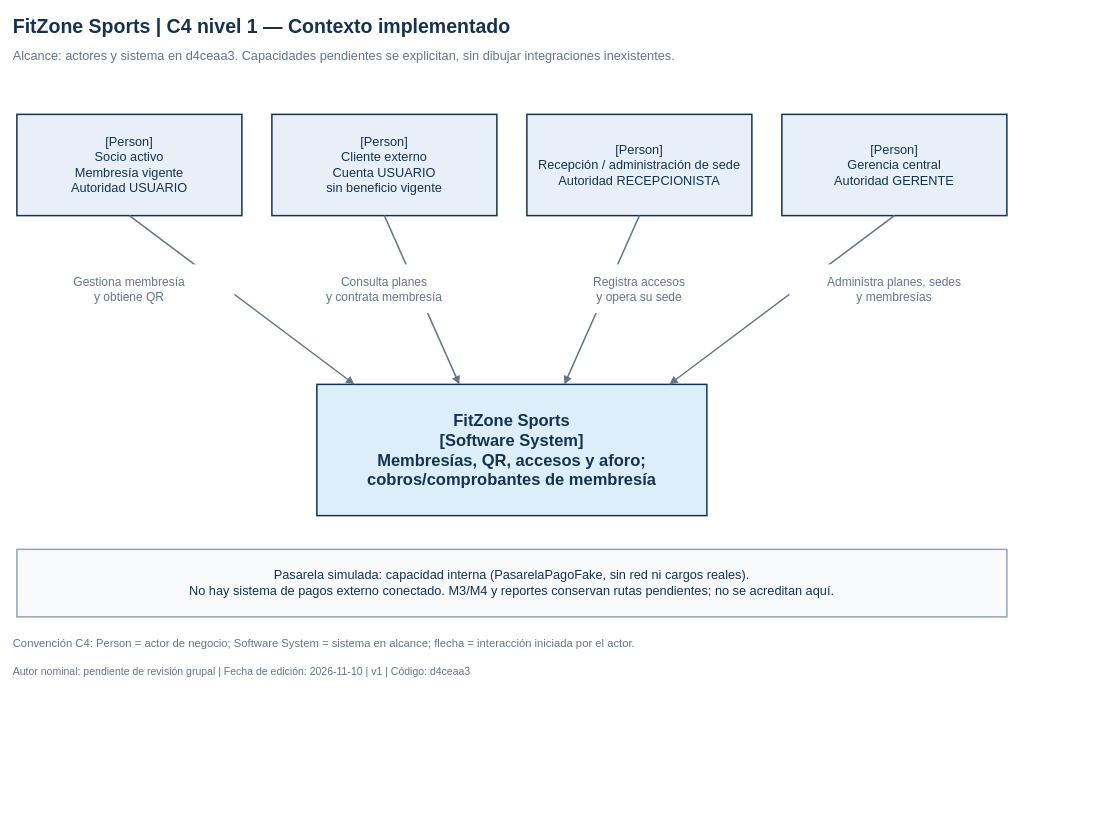
Before: docs/diagramas/c4-01-contexto.drawio in magacastell/FitZone_Sports, a draw.io diagram. Source tidied: cells renumbered, new cells numbered last; positions are measured from the earlier drawing's top-left corner, leaving out a move shared by most shapes. Both pictures are drawn from the tidied source at 75%, with x=0, y=0 at pixel (13, 13).
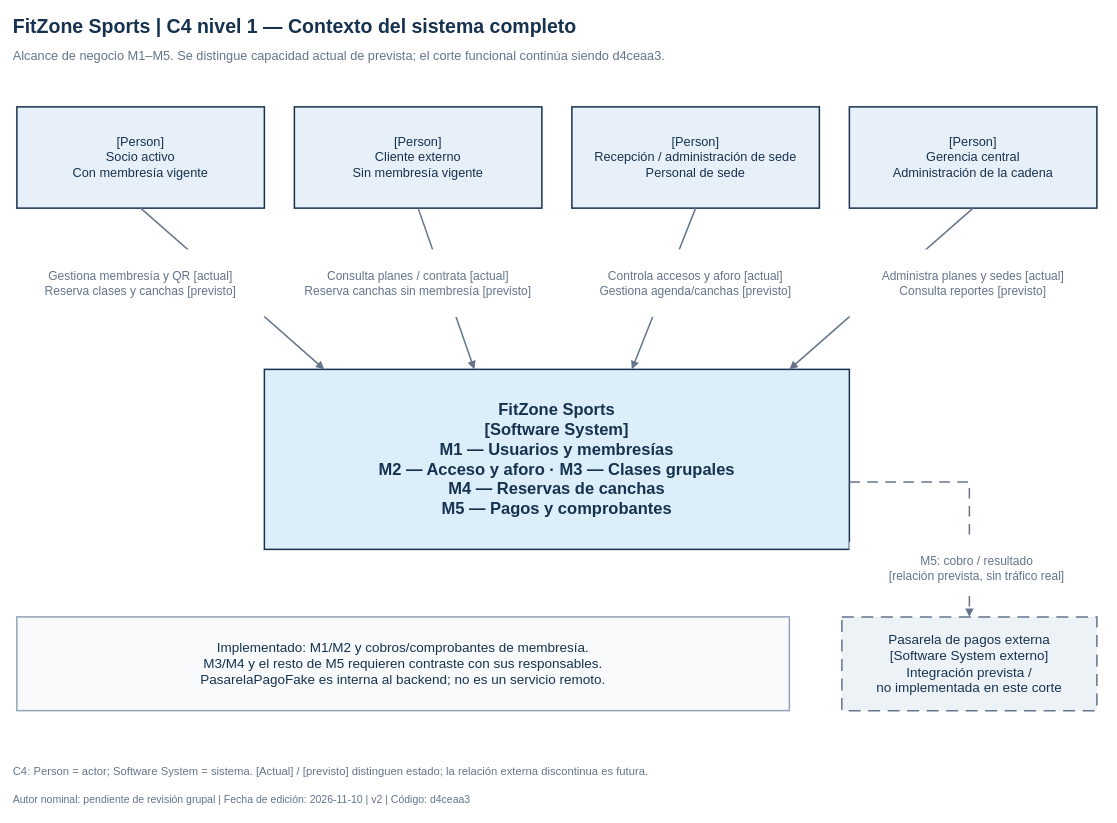
After the change.

Change to the diagram source:
```diff
@@
+    <mxCell id="7" value="Pasarela de pagos externa&#10;[Software System externo]&#10;Integración prevista /&#10;no implementada en este corte" style="rounded=0;whiteSpace=wrap;html=0;fillColor=#edf2f7;strokeColor=#64748b;strokeWidth=2;fontFamily=Arial;fontSize=18;fontColor=#16324f;fontStyle=0;align=center;verticalAlign=middle;spacing=0;dashed=1;dashPattern=8 5;" parent="1" vertex="1">
+      <mxGeometry x="1105" y="805" width="340" height="125" as="geometry" />
+    </mxCell>
-    <mxCell id="2" value="[Person]&#10;Socio activo&#10;Membresía vigente&#10;Autoridad USUARIO" style="rounded=0;whiteSpace=wrap;html=0;fillColor=#e7eff8;strokeColor=#16324f;strokeWidth=2;fontFamily=Arial;fontSize=17;fontColor=#16324f;fontStyle=0;align=center;verticalAlign=middle;spacing=0;" parent="1" vertex="1">
-      <mxGeometry x="5" y="135" width="300" height="135" as="geometry" />
+    <mxCell id="2" value="[Person]&#10;Socio activo&#10;Con membresía vigente" style="rounded=0;whiteSpace=wrap;html=0;fillColor=#e7eff8;strokeColor=#16324f;strokeWidth=2;fontFamily=Arial;fontSize=17;fontColor=#16324f;fontStyle=0;align=center;verticalAlign=middle;spacing=0;" parent="1" vertex="1">
+      <mxGeometry x="5" y="125" width="330" height="135" as="geometry" />
     </mxCell>
-    <mxCell id="3" value="[Person]&#10;Cliente externo&#10;Cuenta USUARIO&#10;sin beneficio vigente" style="rounded=0;whiteSpace=wrap;html=0;fillColor=#e7eff8;strokeColor=#16324f;strokeWidth=2;fontFamily=Arial;fontSize=17;fontColor=#16324f;fontStyle=0;align=center;verticalAlign=middle;spacing=0;" parent="1" vertex="1">
-      <mxGeometry x="345" y="135" width="300" height="135" as="geometry" />
+    <mxCell id="3" value="[Person]&#10;Cliente externo&#10;Sin membresía vigente" style="rounded=0;whiteSpace=wrap;html=0;fillColor=#e7eff8;strokeColor=#16324f;strokeWidth=2;fontFamily=Arial;fontSize=17;fontColor=#16324f;fontStyle=0;align=center;verticalAlign=middle;spacing=0;" parent="1" vertex="1">
+      <mxGeometry x="375" y="125" width="330" height="135" as="geometry" />
     </mxCell>
-    <mxCell id="4" value="[Person]&#10;Recepción / administración de sede&#10;Autoridad RECEPCIONISTA" style="rounded=0;whiteSpace=wrap;html=0;fillColor=#e7eff8;strokeColor=#16324f;strokeWidth=2;fontFamily=Arial;fontSize=17;fontColor=#16324f;fontStyle=0;align=center;verticalAlign=middle;spacing=0;" parent="1" vertex="1">
-      <mxGeometry x="685" y="135" width="300" height="135" as="geometry" />
+    <mxCell id="4" value="[Person]&#10;Recepción / administración de sede&#10;Personal de sede" style="rounded=0;whiteSpace=wrap;html=0;fillColor=#e7eff8;strokeColor=#16324f;strokeWidth=2;fontFamily=Arial;fontSize=17;fontColor=#16324f;fontStyle=0;align=center;verticalAlign=middle;spacing=0;" parent="1" vertex="1">
+      <mxGeometry x="745" y="125" width="330" height="135" as="geometry" />
     </mxCell>
-    <mxCell id="5" value="[Person]&#10;Gerencia central&#10;Autoridad GERENTE" style="rounded=0;whiteSpace=wrap;html=0;fillColor=#e7eff8;strokeColor=#16324f;strokeWidth=2;fontFamily=Arial;fontSize=17;fontColor=#16324f;fontStyle=0;align=center;verticalAlign=middle;spacing=0;" parent="1" vertex="1">
-      <mxGeometry x="1025" y="135" width="300" height="135" as="geometry" />
+    <mxCell id="5" value="[Person]&#10;Gerencia central&#10;Administración de la cadena" style="rounded=0;whiteSpace=wrap;html=0;fillColor=#e7eff8;strokeColor=#16324f;strokeWidth=2;fontFamily=Arial;fontSize=17;fontColor=#16324f;fontStyle=0;align=center;verticalAlign=middle;spacing=0;" parent="1" vertex="1">
+      <mxGeometry x="1115" y="125" width="330" height="135" as="geometry" />
     </mxCell>
-    <mxCell id="6" value="FitZone Sports&#10;[Software System]&#10;Membresías, QR, accesos y aforo;&#10;cobros/comprobantes de membresía" style="rounded=0;whiteSpace=wrap;html=0;fillColor=#dceefa;strokeColor=#16324f;strokeWidth=2;fontFamily=Arial;fontSize=22;fontColor=#16324f;fontStyle=1;align=center;verticalAlign=middle;spacing=0;" parent="1" vertex="1">
-      <mxGeometry x="405" y="495" width="520" height="175" as="geometry" />
+    <mxCell id="6" value="FitZone Sports&#10;[Software System]&#10;M1 — Usuarios y membresías&#10;M2 — Acceso y aforo · M3 — Clases grupales&#10;M4 — Reservas de canchas&#10;M5 — Pagos y comprobantes" style="rounded=0;whiteSpace=wrap;html=0;fillColor=#dceefa;strokeColor=#16324f;strokeWidth=2;fontFamily=Arial;fontSize=22;fontColor=#16324f;fontStyle=1;align=center;verticalAlign=middle;spacing=0;" parent="1" vertex="1">
+      <mxGeometry x="335" y="475" width="780" height="240" as="geometry" />
     </mxCell>
-    <mxCell id="7" value="Pasarela simulada: capacidad interna (PasarelaPagoFake, sin red ni cargos reales).&#10;No hay sistema de pagos externo conectado. M3/M4 y reportes conservan rutas pendientes; no se acreditan aquí." style="rounded=0;whiteSpace=wrap;html=0;fillColor=#f8fafc;strokeColor=#94a3b8;strokeWidth=2;fontFamily=Arial;fontSize=17;fontColor=#16324f;fontStyle=0;align=center;verticalAlign=middle;spacing=0;" parent="1" vertex="1">
-      <mxGeometry x="5" y="715" width="1320" height="90" as="geometry" />
-    </mxCell>
+    <mxCell id="20" value="Implementado: M1/M2 y cobros/comprobantes de membresía.&#10;M3/M4 y el resto de M5 requieren contraste con sus responsables.&#10;PasarelaPagoFake es interna al backend; no es un servicio remoto." style="rounded=0;whiteSpace=wrap;html=0;fillColor=#f8fafc;strokeColor=#94a3b8;strokeWidth=2;fontFamily=Arial;fontSize=18;fontColor=#16324f;fontStyle=0;align=center;verticalAlign=middle;spacing=0;" parent="1" vertex="1">
+      <mxGeometry x="5" y="805" width="1030" height="125" as="geometry" />
+    </mxCell>
     <mxCell id="8" style="edgeStyle=none;rounded=0;html=0;strokeWidth=2;strokeColor=#64748b;endArrow=block;endFill=1;" parent="1" edge="1">
       <mxGeometry relative="1" as="geometry">
-        <mxPoint x="155" y="270" as="sourcePoint" />
-        <mxPoint x="455" y="495" as="targetPoint" />
+        <mxPoint x="170" y="260" as="sourcePoint" />
+        <mxPoint x="415" y="475" as="targetPoint" />
       </mxGeometry>
     </mxCell>
     <mxCell id="9" style="edgeStyle=none;rounded=0;html=0;strokeWidth=2;strokeColor=#64748b;endArrow=block;endFill=1;" parent="1" edge="1">
       <mxGeometry relative="1" as="geometry">
-        <mxPoint x="495" y="270" as="sourcePoint" />
-        <mxPoint x="595" y="495" as="targetPoint" />
+        <mxPoint x="540" y="260" as="sourcePoint" />
+        <mxPoint x="615" y="475" as="targetPoint" />
       </mxGeometry>
     </mxCell>
     <mxCell id="10" style="edgeStyle=none;rounded=0;html=0;strokeWidth=2;strokeColor=#64748b;endArrow=block;endFill=1;" parent="1" edge="1">
       <mxGeometry relative="1" as="geometry">
-        <mxPoint x="835" y="270" as="sourcePoint" />
-        <mxPoint x="735" y="495" as="targetPoint" />
+        <mxPoint x="910" y="260" as="sourcePoint" />
+        <mxPoint x="825" y="475" as="targetPoint" />
       </mxGeometry>
     </mxCell>
     <mxCell id="11" style="edgeStyle=none;rounded=0;html=0;strokeWidth=2;strokeColor=#64748b;endArrow=block;endFill=1;" parent="1" edge="1">
       <mxGeometry relative="1" as="geometry">
-        <mxPoint x="1175" y="270" as="sourcePoint" />
-        <mxPoint x="875" y="495" as="targetPoint" />
+        <mxPoint x="1280" y="260" as="sourcePoint" />
+        <mxPoint x="1035" y="475" as="targetPoint" />
       </mxGeometry>
     </mxCell>
+    <mxCell id="18" style="edgeStyle=none;rounded=0;html=0;strokeWidth=2;strokeColor=#64748b;endArrow=block;endFill=1;dashed=1;dashPattern=7 5;" parent="1" edge="1">
+      <mxGeometry relative="1" as="geometry">
+        <mxPoint x="1115" y="625" as="sourcePoint" />
+        <mxPoint x="1275" y="805" as="targetPoint" />
+        <Array as="points">
+          <mxPoint x="1275" y="625" />
+        </Array>
+      </mxGeometry>
+    </mxCell>
-    <mxCell id="12" value="FitZone Sports | C4 nivel 1 — Contexto implementado" style="text;html=0;whiteSpace=wrap;align=left;verticalAlign=middle;spacing=0;fontFamily=Arial;fontSize=26;fontColor=#16324f;fontStyle=1;fillColor=none;strokeColor=none;" parent="1" vertex="1">
-      <mxGeometry width="1330" height="35" as="geometry" />
+    <mxCell id="12" value="FitZone Sports | C4 nivel 1 — Contexto del sistema completo" style="text;html=0;whiteSpace=wrap;align=left;verticalAlign=middle;spacing=0;fontFamily=Arial;fontSize=26;fontColor=#16324f;fontStyle=1;fillColor=none;strokeColor=none;" parent="1" vertex="1">
+      <mxGeometry width="1450" height="35" as="geometry" />
     </mxCell>
-    <mxCell id="13" value="Alcance: actores y sistema en d4ceaa3. Capacidades pendientes se explicitan, sin dibujar integraciones inexistentes." style="text;html=0;whiteSpace=wrap;align=left;verticalAlign=middle;spacing=0;fontFamily=Arial;fontSize=17;fontColor=#64748b;fontStyle=0;fillColor=none;strokeColor=none;" parent="1" vertex="1">
-      <mxGeometry y="40" width="1330" height="35" as="geometry" />
+    <mxCell id="13" value="Alcance de negocio M1–M5. Se distingue capacidad actual de prevista; el corte funcional continúa siendo d4ceaa3." style="text;html=0;whiteSpace=wrap;align=left;verticalAlign=middle;spacing=0;fontFamily=Arial;fontSize=17;fontColor=#64748b;fontStyle=0;fillColor=none;strokeColor=none;" parent="1" vertex="1">
+      <mxGeometry y="40" width="1450" height="35" as="geometry" />
     </mxCell>
-    <mxCell id="14" value="Gestiona membresía&#10;y obtiene QR" style="text;html=0;whiteSpace=wrap;align=center;verticalAlign=middle;spacing=0;fontFamily=Arial;fontSize=16;fontColor=#64748b;fontStyle=0;fillColor=white;strokeColor=none;" parent="1" vertex="1">
-      <mxGeometry x="15" y="335" width="280" height="65" as="geometry" />
+    <mxCell id="14" value="Gestiona membresía y QR [actual]&#10;Reserva clases y canchas [previsto]" style="text;html=0;whiteSpace=wrap;align=center;verticalAlign=middle;spacing=0;fontFamily=Arial;fontSize=16;fontColor=#64748b;fontStyle=0;fillColor=white;strokeColor=none;" parent="1" vertex="1">
+      <mxGeometry x="5" y="315" width="330" height="90" as="geometry" />
     </mxCell>
-    <mxCell id="15" value="Consulta planes&#10;y contrata membresía" style="text;html=0;whiteSpace=wrap;align=center;verticalAlign=middle;spacing=0;fontFamily=Arial;fontSize=16;fontColor=#64748b;fontStyle=0;fillColor=white;strokeColor=none;" parent="1" vertex="1">
-      <mxGeometry x="355" y="335" width="280" height="65" as="geometry" />
+    <mxCell id="15" value="Consulta planes / contrata [actual]&#10;Reserva canchas sin membresía [previsto]" style="text;html=0;whiteSpace=wrap;align=center;verticalAlign=middle;spacing=0;fontFamily=Arial;fontSize=16;fontColor=#64748b;fontStyle=0;fillColor=white;strokeColor=none;" parent="1" vertex="1">
+      <mxGeometry x="375" y="315" width="330" height="90" as="geometry" />
     </mxCell>
-    <mxCell id="16" value="Registra accesos&#10;y opera su sede" style="text;html=0;whiteSpace=wrap;align=center;verticalAlign=middle;spacing=0;fontFamily=Arial;fontSize=16;fontColor=#64748b;fontStyle=0;fillColor=white;strokeColor=none;" parent="1" vertex="1">
-      <mxGeometry x="695" y="335" width="280" height="65" as="geometry" />
+    <mxCell id="16" value="Controla accesos y aforo [actual]&#10;Gestiona agenda/canchas [previsto]" style="text;html=0;whiteSpace=wrap;align=center;verticalAlign=middle;spacing=0;fontFamily=Arial;fontSize=16;fontColor=#64748b;fontStyle=0;fillColor=white;strokeColor=none;" parent="1" vertex="1">
+      <mxGeometry x="745" y="315" width="330" height="90" as="geometry" />
     </mxCell>
-    <mxCell id="17" value="Administra planes, sedes&#10;y membresías" style="text;html=0;whiteSpace=wrap;align=center;verticalAlign=middle;spacing=0;fontFamily=Arial;fontSize=16;fontColor=#64748b;fontStyle=0;fillColor=white;strokeColor=none;" parent="1" vertex="1">
-      <mxGeometry x="1035" y="335" width="280" height="65" as="geometry" />
+    <mxCell id="17" value="Administra planes y sedes [actual]&#10;Consulta reportes [previsto]" style="text;html=0;whiteSpace=wrap;align=center;verticalAlign=middle;spacing=0;fontFamily=Arial;fontSize=16;fontColor=#64748b;fontStyle=0;fillColor=white;strokeColor=none;" parent="1" vertex="1">
+      <mxGeometry x="1115" y="315" width="330" height="90" as="geometry" />
     </mxCell>
-    <mxCell id="18" value="Convención C4: Person = actor de negocio; Software System = sistema en alcance; flecha = interacción iniciada por el actor." style="text;html=0;whiteSpace=wrap;align=left;verticalAlign=middle;spacing=0;fontFamily=Arial;fontSize=15;fontColor=#64748b;fontStyle=0;fillColor=none;strokeColor=none;" parent="1" vertex="1">
-      <mxGeometry y="824" width="1330" height="32" as="geometry" />
-    </mxCell>
-    <mxCell id="19" value="Autor nominal: pendiente de revisión grupal | Fecha de edición: 2026-11-10 | v1 | Código: d4ceaa3" style="text;html=0;whiteSpace=wrap;align=left;verticalAlign=middle;spacing=0;fontFamily=Arial;fontSize=14;fontColor=#64748b;fontStyle=0;fillColor=none;strokeColor=none;" parent="1" vertex="1">
-      <mxGeometry y="863" width="1330" height="30" as="geometry" />
+    <mxCell id="19" value="M5: cobro / resultado&#10;[relación prevista, sin tráfico real]" style="text;html=0;whiteSpace=wrap;align=center;verticalAlign=middle;spacing=0;fontFamily=Arial;fontSize=16;fontColor=#64748b;fontStyle=0;fillColor=white;strokeColor=none;" parent="1" vertex="1">
+      <mxGeometry x="1115" y="705" width="340" height="70" as="geometry" />
     </mxCell>
+    <mxCell id="21" value="C4: Person = actor; Software System = sistema. [Actual] / [previsto] distinguen estado; la relación externa discontinua es futura." style="text;html=0;whiteSpace=wrap;align=left;verticalAlign=middle;spacing=0;fontFamily=Arial;fontSize=15;fontColor=#64748b;fontStyle=0;fillColor=none;strokeColor=none;" parent="1" vertex="1">
+      <mxGeometry y="994" width="1450" height="32" as="geometry" />
+    </mxCell>
+    <mxCell id="22" value="Autor nominal: pendiente de revisión grupal | Fecha de edición: 2026-11-10 | v2 | Código: d4ceaa3" style="text;html=0;whiteSpace=wrap;align=left;verticalAlign=middle;spacing=0;fontFamily=Arial;fontSize=14;fontColor=#64748b;fontStyle=0;fillColor=none;strokeColor=none;" parent="1" vertex="1">
+      <mxGeometry y="1033" width="1450" height="30" as="geometry" />
+    </mxCell>
```
